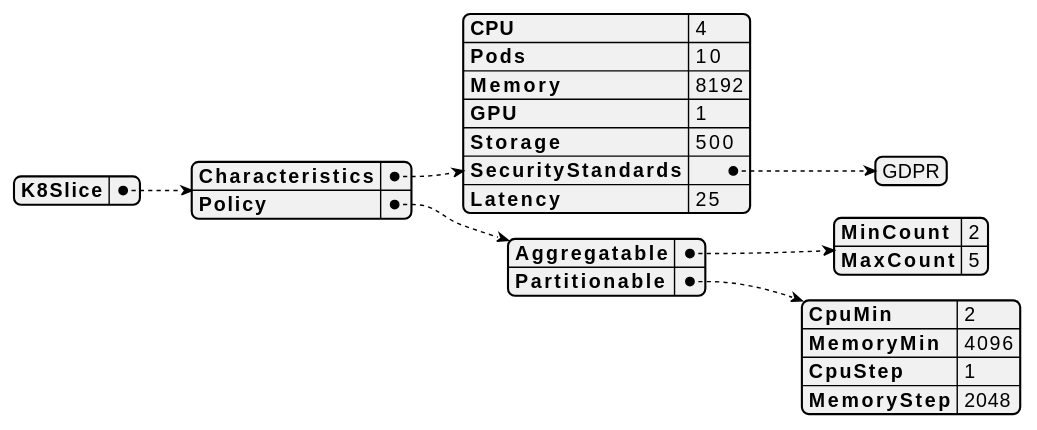
Earlier version of the PlantUML export models/examples/svg/flavor-types/k8slice.svg (fluidos-project/REAR-data-models).
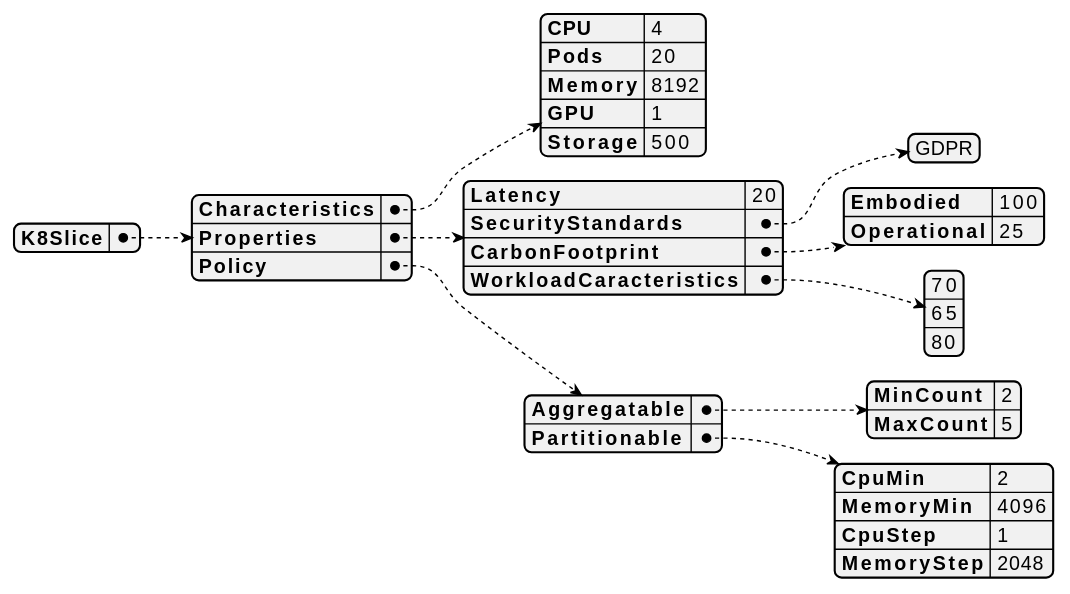
Above is the later version.

Change to the diagram source:
```diff
@@ -3,14 +3,25 @@
   "K8Slice": {
     "Characteristics": {
       "CPU": 4,
-      "Pods": 10,
+      "Pods": 20,
       "Memory": 8192,
       "GPU": 1,
-      "Storage": 500,
+      "Storage": 500
+    },
+    "Properties": {
+      "Latency": 20,
       "SecurityStandards": [
         "GDPR"
       ],
-      "Latency": 25
+      "CarbonFootprint": {
+        "Embodied": 100,
+        "Operational": 25
+      },
+      "WorkloadCaracteristics": [
+        70,
+        65,
+        80
+      ]
     },
     "Policy": {
       "Aggregatable": {
```
